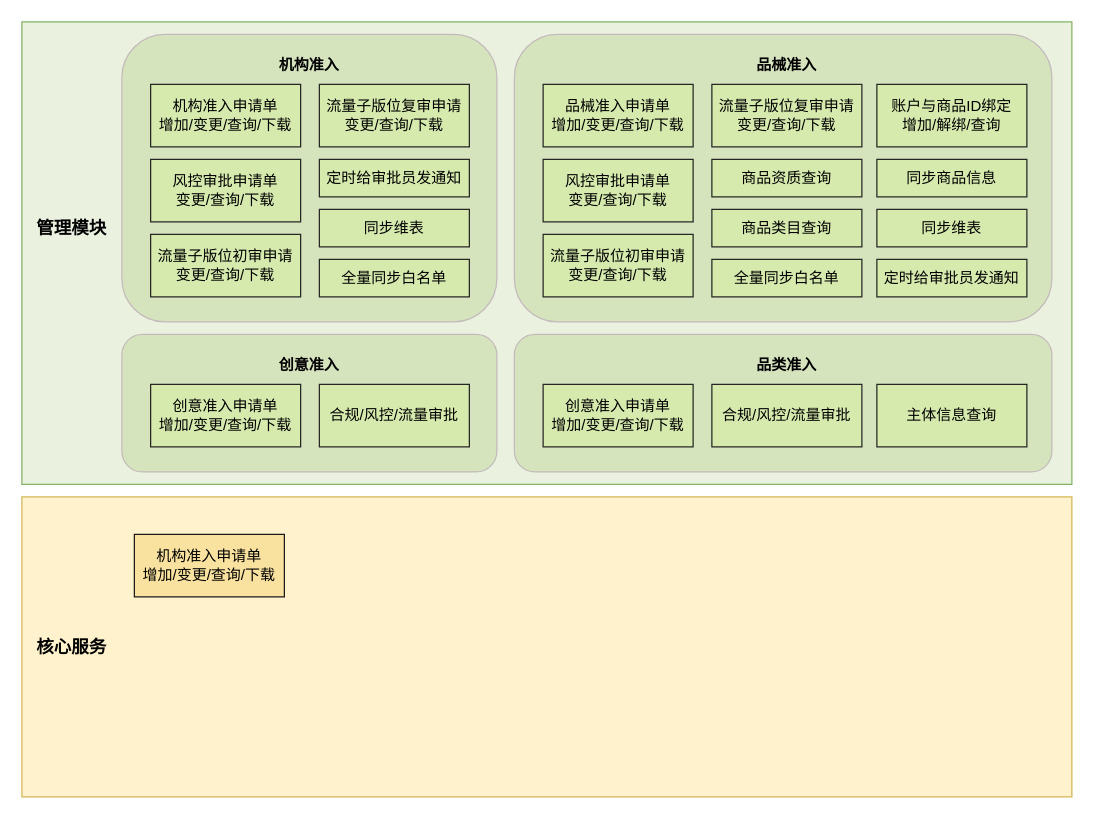
Earlier version of the draw.io diagram review/准入系统整体架构.drawio (IntronCheng/mydraw). Source tidied: cells renumbered, new cells numbered last; positions are measured from the earlier drawing's top-left corner, leaving out a move shared by most shapes. Both pictures are drawn from the tidied source at 125%, with x=0, y=0 at pixel (21, 21).
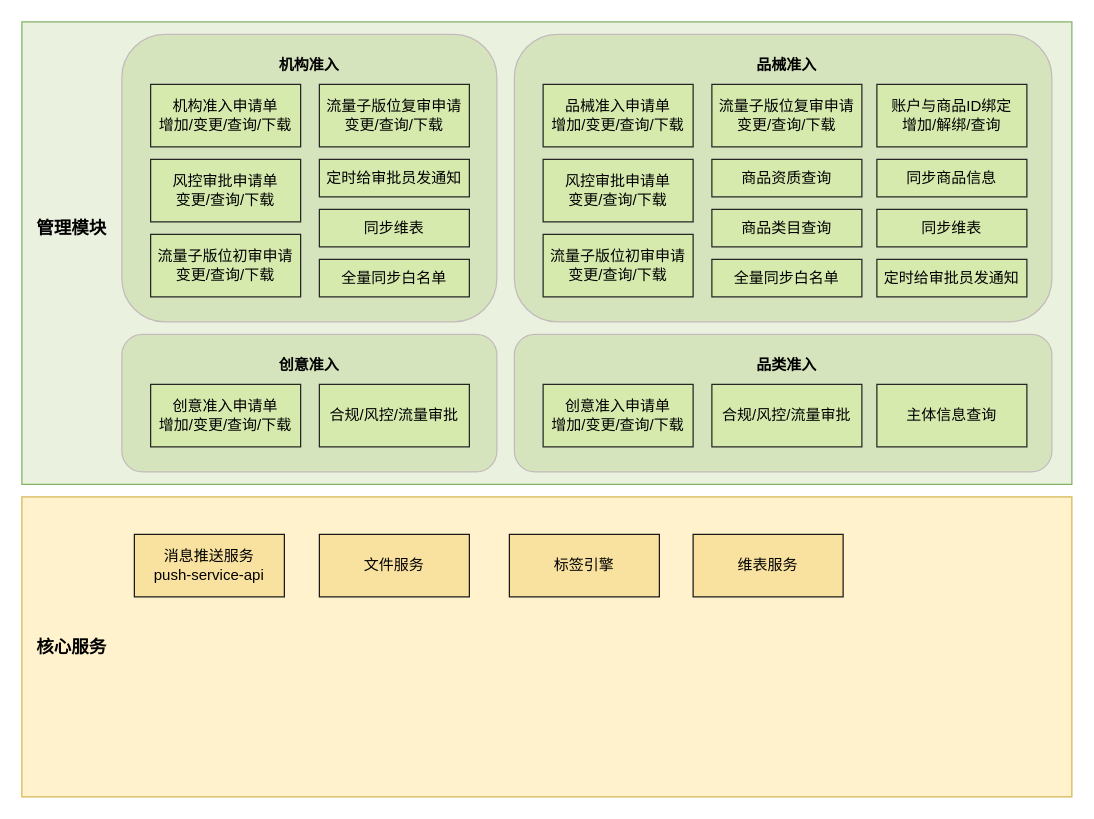
After the change.

Commit message (it also covers changes not shown here):
更新准入系统整体架构.drawio

The edit, as a diff of the source:
```diff
@@
-    <mxCell id="37" value="机构准入申请单&lt;br&gt;增加/变更/查询/下载" style="rounded=0;whiteSpace=wrap;html=1;fillColor=#f9e29f;strokeColor=#1b1a18;fontStyle=0;" parent="1" vertex="1">
+    <mxCell id="37" value="消息推送服务&lt;br&gt;&lt;div data-mind-map-text=&quot;[{&amp;quot;paragraphProps&amp;quot;:{&amp;quot;type&amp;quot;:&amp;quot;paragraph&amp;quot;,&amp;quot;textAlign&amp;quot;:0,&amp;quot;lineSpacing&amp;quot;:1.4},&amp;quot;isComplete&amp;quot;:true,&amp;quot;textProps&amp;quot;:[{&amp;quot;type&amp;quot;:&amp;quot;text&amp;quot;,&amp;quot;text&amp;quot;:&amp;quot;push-service-api&amp;quot;,&amp;quot;color&amp;quot;:&amp;quot;#1f1f1f&amp;quot;,&amp;quot;fontWeight&amp;quot;:400,&amp;quot;fontSize&amp;quot;:14,&amp;quot;fontFamily&amp;quot;:&amp;quot;\&amp;quot;Helvetica Neue\&amp;quot;, Helvetica, \&amp;quot;PingFang SC\&amp;quot;, \&amp;quot;Microsoft YaHei\&amp;quot;, \&amp;quot;Source Han Sans SC\&amp;quot;, \&amp;quot;Noto Sans CJK SC\&amp;quot;, \&amp;quot;WenQuanYi Micro Hei\&amp;quot;, sans-serif&amp;quot;,&amp;quot;italic&amp;quot;:false,&amp;quot;underline&amp;quot;:false,&amp;quot;strike&amp;quot;:false}]}]&quot;&gt;push-service-api&lt;/div&gt;" style="rounded=0;whiteSpace=wrap;html=1;fillColor=#f9e29f;strokeColor=#1b1a18;fontStyle=0;" parent="1" vertex="1">
       <mxGeometry x="90" y="410" width="120" height="50" as="geometry" />
     </mxCell>
+    <mxCell id="38" value="文件服务" style="rounded=0;whiteSpace=wrap;html=1;fillColor=#f9e29f;strokeColor=#1b1a18;fontStyle=0;" parent="1" vertex="1">
+      <mxGeometry x="238" y="410" width="120" height="50" as="geometry" />
+    </mxCell>
+    <mxCell id="39" value="标签引擎" style="rounded=0;whiteSpace=wrap;html=1;fillColor=#f9e29f;strokeColor=#1b1a18;fontStyle=0;" parent="1" vertex="1">
+      <mxGeometry x="390" y="410" width="120" height="50" as="geometry" />
+    </mxCell>
+    <mxCell id="40" value="维表服务" style="rounded=0;whiteSpace=wrap;html=1;fillColor=#f9e29f;strokeColor=#1b1a18;fontStyle=0;" parent="1" vertex="1">
+      <mxGeometry x="537" y="410" width="120" height="50" as="geometry" />
+    </mxCell>
```
